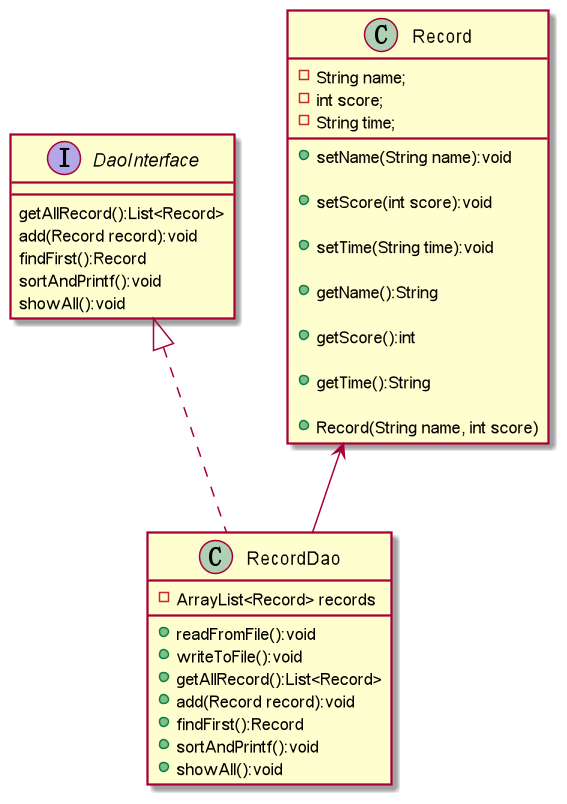
The PlantUML diagram uml/Dao.png in Lai-JX/java_lab, before a commit.
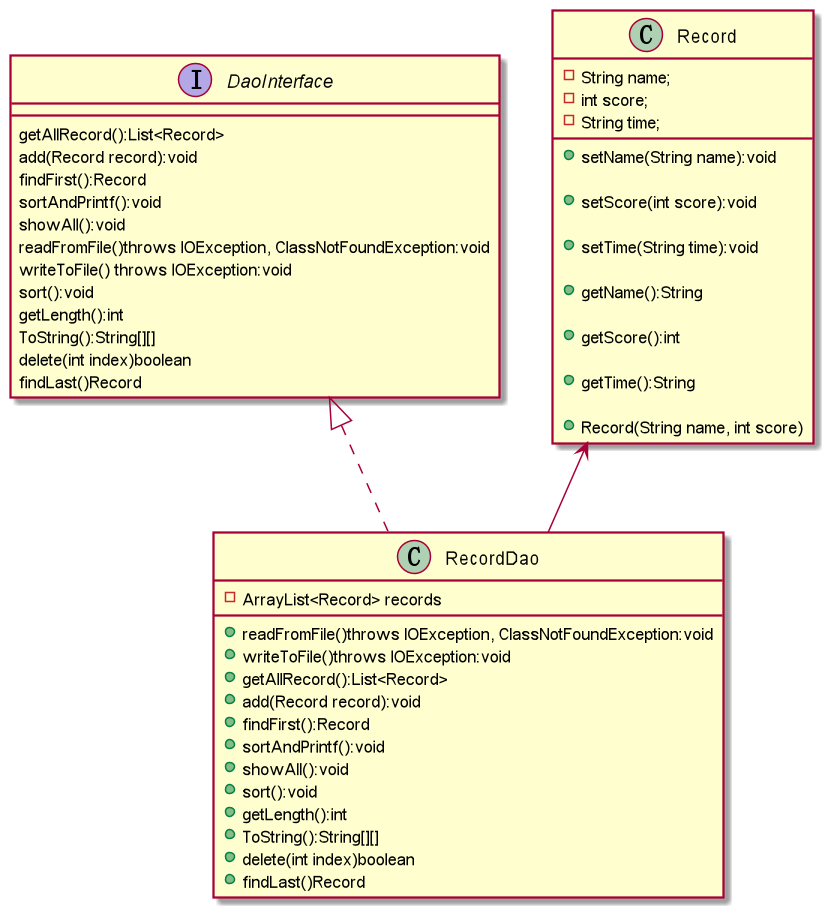
The same file after the commit.

Diff of the diagram source:
```diff
@@ -12,16 +12,28 @@
         findFirst():Record
         sortAndPrintf():void
         showAll():void
+        readFromFile()throws IOException, ClassNotFoundException:void
+        writeToFile() throws IOException:void
+        sort():void
+        getLength():int
+        ToString():String[][]
+        delete(int index)boolean
+        findLast()Record
 }
 class RecordDao{
     - ArrayList<Record> records
-    + readFromFile():void
-    + writeToFile():void
+    + readFromFile()throws IOException, ClassNotFoundException:void
+    + writeToFile()throws IOException:void
     +getAllRecord():List<Record>
     +add(Record record):void
     +findFirst():Record
     +sortAndPrintf():void
     +showAll():void
+    +sort():void
+    +getLength():int
+    +ToString():String[][]
+    +delete(int index)boolean
+    +findLast()Record
 }
 class Record{
         -String name;
```
